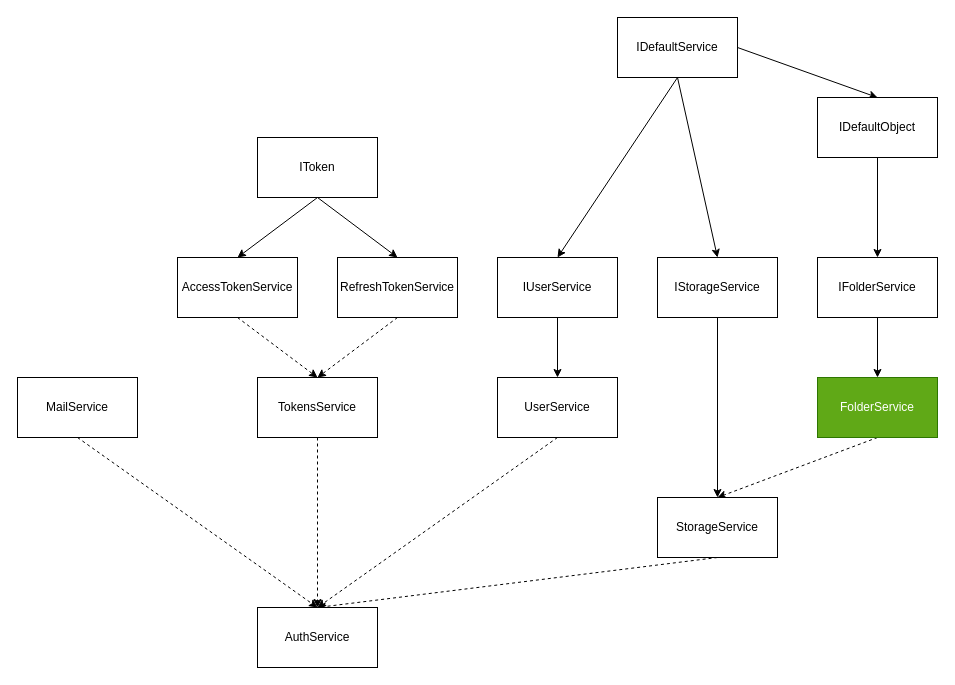
WheatleyCODE/storage-server keeps this draw.io diagram as page "Схема" (3 of 3) of project.drawio. Above is the earlier version. Source tidied: cells renumbered, new cells numbered last; positions are measured from the earlier drawing's top-left corner, leaving out a move shared by most shapes. Both pictures are drawn from the tidied source at 100%, with x=0, y=0 at pixel (17, 17).
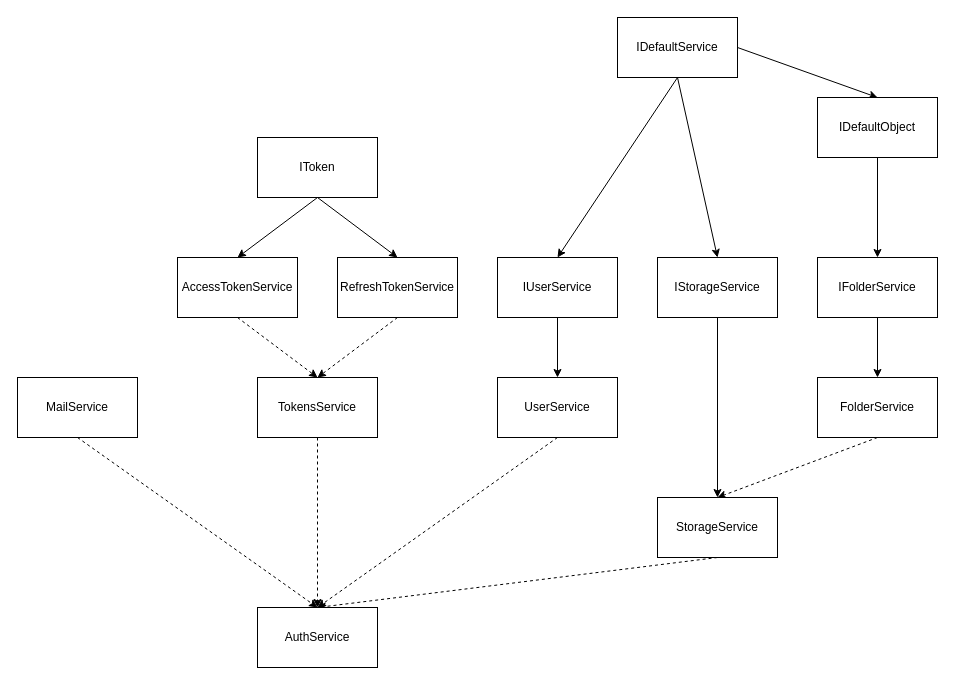
Above is the later version.

Diff of the diagram source:
```diff
@@
-    <mxCell id="24" value="FolderService" style="rounded=0;whiteSpace=wrap;html=1;fillColor=#60a917;fontColor=#ffffff;strokeColor=#2D7600;" parent="1" vertex="1">
+    <mxCell id="24" value="FolderService" style="rounded=0;whiteSpace=wrap;html=1;" parent="1" vertex="1">
       <mxGeometry x="800" y="360" width="120" height="60" as="geometry" />
     </mxCell>
```
